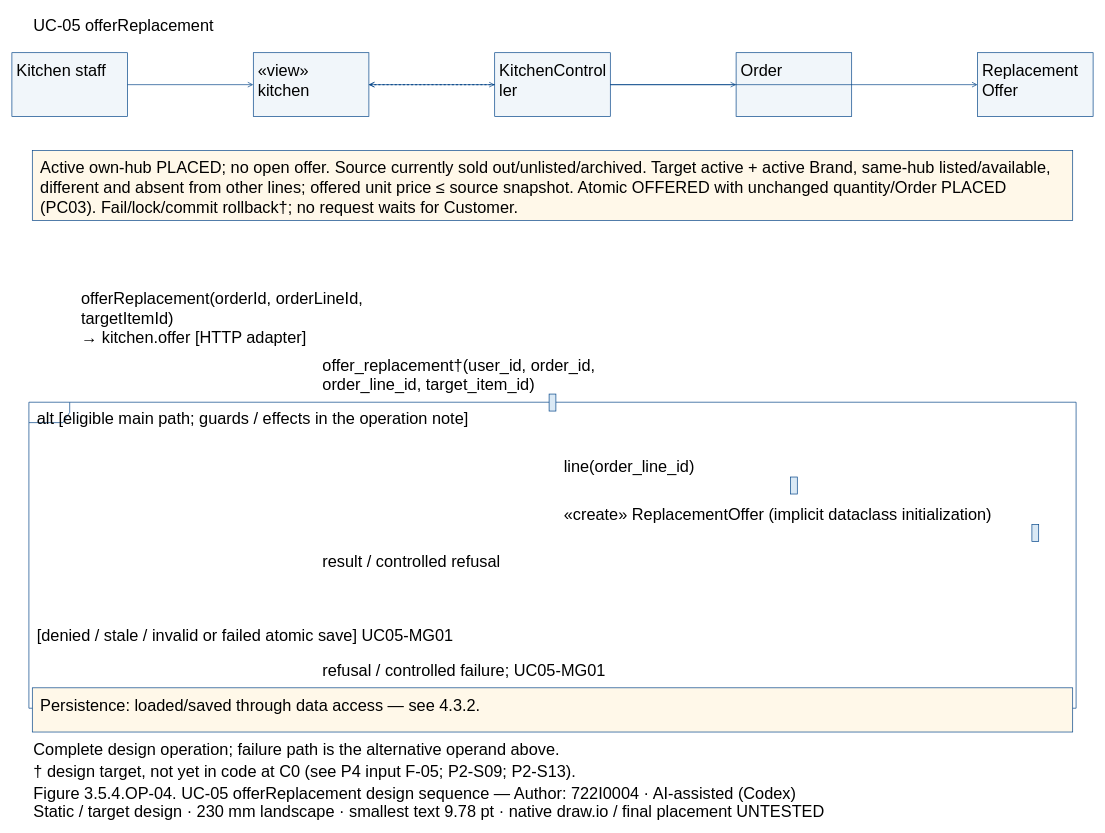
Above: models/UC-05/seq_uc05_offerReplacement.drawio in Dat071104/SaigonBite (draw.io), before the change. Source tidied: cells renumbered, new cells numbered last; positions are measured from the earlier drawing's top-left corner, leaving out a move shared by most shapes. Both pictures are drawn from the tidied source at 68%, with x=0, y=0 at pixel (12, 12).
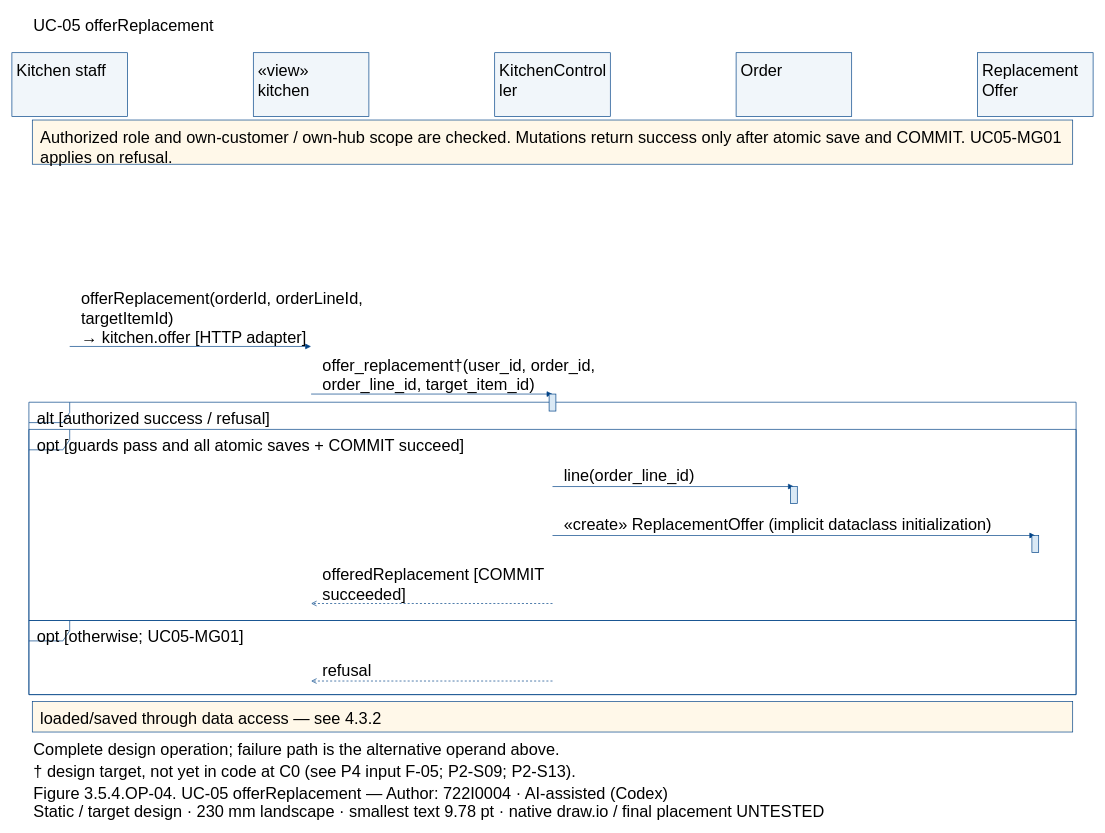
The same page after the edit.

Unchanged cells that the change refers to:
```xml
<mxCell id="3" style="fillColor=#F1F6FA;strokeColor=#004387;fontFamily=Arial;fontSize=24;whiteSpace=wrap;html=0;" parent="1" vertex="1">
  <mxGeometry y="60" width="170" height="94" as="geometry" />
</mxCell>
<mxCell id="5" style="fillColor=#F1F6FA;strokeColor=#004387;fontFamily=Arial;fontSize=24;whiteSpace=wrap;html=0;" parent="1" vertex="1">
  <mxGeometry x="355" y="60" width="170" height="94" as="geometry" />
</mxCell>
<mxCell id="7" style="fillColor=#F1F6FA;strokeColor=#004387;fontFamily=Arial;fontSize=24;whiteSpace=wrap;html=0;" parent="1" vertex="1">
  <mxGeometry x="710" y="60" width="170" height="94" as="geometry" />
</mxCell>
<mxCell id="9" style="fillColor=#F1F6FA;strokeColor=#004387;fontFamily=Arial;fontSize=24;whiteSpace=wrap;html=0;" parent="1" vertex="1">
  <mxGeometry x="1065" y="60" width="170" height="94" as="geometry" />
</mxCell>
<mxCell id="11" style="fillColor=#F1F6FA;strokeColor=#004387;fontFamily=Arial;fontSize=24;whiteSpace=wrap;html=0;" parent="1" vertex="1">
  <mxGeometry x="1420" y="60" width="170" height="94" as="geometry" />
</mxCell>
```

What changed in the source:
```diff
@@
-    <mxCell id="13" style="fillColor=white;strokeColor=#004387;shape=umlFrame;fillColor=none;fontFamily=Arial;fontSize=24;whiteSpace=wrap;html=0;" parent="1" vertex="1">
-      <mxGeometry x="25" y="574" width="1540" height="450" as="geometry" />
-    </mxCell>
-    <mxCell id="14" value="alt [eligible main path; guards / effects in the operation note]" style="text;align=left;verticalAlign=top;strokeColor=none;fillColor=none;fontFamily=Arial;fontSize=24;whiteSpace=wrap;html=0;" parent="1" vertex="1">
-      <mxGeometry x="35" y="577" width="1520" height="27.6" as="geometry" />
-    </mxCell>
-    <mxCell id="15" value="[denied / stale / invalid or failed atomic save] UC05-MG01" style="text;align=left;verticalAlign=top;strokeColor=none;fillColor=none;fontFamily=Arial;fontSize=24;whiteSpace=wrap;html=0;" parent="1" vertex="1">
-      <mxGeometry x="35" y="897" width="1520" height="27.6" as="geometry" />
-    </mxCell>
-    <mxCell id="16" style="fillColor=#FFF8E9;strokeColor=#004387;fontFamily=Arial;fontSize=24;whiteSpace=wrap;html=0;" parent="1" vertex="1">
-      <mxGeometry x="30" y="204" width="1530" height="102.8" as="geometry" />
-    </mxCell>
-    <mxCell id="17" value="Active own-hub PLACED; no open offer. Source currently sold out/unlisted/archived. Target active + active Brand, same-hub listed/available,&#10;different and absent from other lines; offered unit price ≤ source snapshot. Atomic OFFERED with unchanged quantity/Order PLACED&#10;(PC03). Fail/lock/commit rollback†; no request waits for Customer." style="text;align=left;verticalAlign=top;strokeColor=none;fillColor=none;fontFamily=Arial;fontSize=24;whiteSpace=wrap;html=0;" parent="1" vertex="1">
-      <mxGeometry x="40" y="209" width="1510" height="82.8" as="geometry" />
-    </mxCell>
-    <mxCell id="18" style="fillColor=#FFF8E9;strokeColor=#004387;fontFamily=Arial;fontSize=24;whiteSpace=wrap;html=0;" parent="1" vertex="1">
-      <mxGeometry x="30" y="994" width="1530" height="65" as="geometry" />
-    </mxCell>
-    <mxCell id="19" value="Persistence: loaded/saved through data access — see 4.3.2." style="text;align=left;verticalAlign=top;strokeColor=none;fillColor=none;fontFamily=Arial;fontSize=24;whiteSpace=wrap;html=0;" parent="1" vertex="1">
-      <mxGeometry x="40" y="999" width="1510" height="27.6" as="geometry" />
-    </mxCell>
-    <mxCell id="20" style="edgeStyle=none;endArrow=open;strokeColor=#004387;" parent="1" edge="1" source="3" target="5">
-      <mxGeometry relative="1" as="geometry" />
-    </mxCell>
+    <mxCell id="39" style="fillColor=white;strokeColor=#004387;shape=umlFrame;fillColor=none;fontFamily=Arial;fontSize=24;whiteSpace=wrap;html=0;" parent="1" vertex="1">
+      <mxGeometry x="25" y="574" width="1540" height="430" as="geometry" />
+    </mxCell>
+    <mxCell id="40" value="alt [authorized success / refusal]" style="text;align=left;verticalAlign=top;strokeColor=none;fillColor=none;fontFamily=Arial;fontSize=24;whiteSpace=wrap;html=0;" parent="1" vertex="1">
+      <mxGeometry x="35" y="577" width="1520" height="27.6" as="geometry" />
+    </mxCell>
+    <mxCell id="41" style="fillColor=white;strokeColor=#004387;shape=umlFrame;fillColor=none;fontFamily=Arial;fontSize=24;whiteSpace=wrap;html=0;" parent="1" vertex="1">
+      <mxGeometry x="25" y="614" width="1540" height="281" as="geometry" />
+    </mxCell>
+    <mxCell id="42" value="opt [guards pass and all atomic saves + COMMIT succeed]" style="text;align=left;verticalAlign=top;strokeColor=none;fillColor=none;fontFamily=Arial;fontSize=24;whiteSpace=wrap;html=0;" parent="1" vertex="1">
+      <mxGeometry x="35" y="617" width="1520" height="27.6" as="geometry" />
+    </mxCell>
+    <mxCell id="43" style="fillColor=white;strokeColor=#004387;shape=umlFrame;fillColor=none;fontFamily=Arial;fontSize=24;whiteSpace=wrap;html=0;" parent="1" vertex="1">
+      <mxGeometry x="25" y="895" width="1540" height="109" as="geometry" />
+    </mxCell>
+    <mxCell id="44" value="opt [otherwise; UC05-MG01]" style="text;align=left;verticalAlign=top;strokeColor=none;fillColor=none;fontFamily=Arial;fontSize=24;whiteSpace=wrap;html=0;" parent="1" vertex="1">
+      <mxGeometry x="35" y="898" width="1520" height="27.6" as="geometry" />
+    </mxCell>
+    <mxCell id="45" style="fillColor=#FFF8E9;strokeColor=#004387;fontFamily=Arial;fontSize=24;whiteSpace=wrap;html=0;" parent="1" vertex="1">
+      <mxGeometry x="30" y="159" width="1530" height="65" as="geometry" />
+    </mxCell>
+    <mxCell id="46" value="Authorized role and own-customer / own-hub scope are checked. Mutations return success only after atomic save and COMMIT. UC05-MG01&#10;applies on refusal." style="text;align=left;verticalAlign=top;strokeColor=none;fillColor=none;fontFamily=Arial;fontSize=24;whiteSpace=wrap;html=0;" parent="1" vertex="1">
+      <mxGeometry x="40" y="164" width="1510" height="55.2" as="geometry" />
+    </mxCell>
+    <mxCell id="47" style="fillColor=#FFF8E9;strokeColor=#004387;fontFamily=Arial;fontSize=24;whiteSpace=wrap;html=0;" parent="1" vertex="1">
+      <mxGeometry x="30" y="1014" width="1530" height="45" as="geometry" />
+    </mxCell>
+    <mxCell id="48" value="loaded/saved through data access — see 4.3.2" style="text;align=left;verticalAlign=top;strokeColor=none;fillColor=none;fontFamily=Arial;fontSize=24;whiteSpace=wrap;html=0;" parent="1" vertex="1">
+      <mxGeometry x="40" y="1019" width="1510" height="27.6" as="geometry" />
+    </mxCell>
+    <mxCell id="49" style="opacity=0;strokeColor=none;fillColor=none;fontFamily=Arial;fontSize=24;whiteSpace=wrap;html=0;" parent="1" vertex="1">
+      <mxGeometry x="84.5" y="491.5" width="1" height="1" as="geometry" />
+    </mxCell>
+    <mxCell id="50" style="opacity=0;strokeColor=none;fillColor=none;fontFamily=Arial;fontSize=24;whiteSpace=wrap;html=0;" parent="1" vertex="1">
+      <mxGeometry x="439.5" y="491.5" width="1" height="1" as="geometry" />
+    </mxCell>
+    <mxCell id="51" style="edgeStyle=none;endArrow=block;endFill=1;strokeColor=#004387;exitX=0.5;exitY=0.5;exitPerimeter=0;entryX=0.5;entryY=0.5;entryPerimeter=0;" parent="1" edge="1" source="49" target="50">
+      <mxGeometry relative="1" as="geometry" />
+    </mxCell>
@@
-    <mxCell id="22" style="edgeStyle=none;endArrow=open;strokeColor=#004387;" parent="1" edge="1" source="5" target="7">
-      <mxGeometry relative="1" as="geometry" />
-    </mxCell>
+    <mxCell id="52" style="opacity=0;strokeColor=none;fillColor=none;fontFamily=Arial;fontSize=24;whiteSpace=wrap;html=0;" parent="1" vertex="1">
+      <mxGeometry x="439.5" y="561.5" width="1" height="1" as="geometry" />
+    </mxCell>
+    <mxCell id="53" style="opacity=0;strokeColor=none;fillColor=none;fontFamily=Arial;fontSize=24;whiteSpace=wrap;html=0;" parent="1" vertex="1">
+      <mxGeometry x="794.5" y="561.5" width="1" height="1" as="geometry" />
+    </mxCell>
+    <mxCell id="54" style="edgeStyle=none;endArrow=block;endFill=1;strokeColor=#004387;exitX=0.5;exitY=0.5;exitPerimeter=0;entryX=0.5;entryY=0.5;entryPerimeter=0;" parent="1" edge="1" source="52" target="53">
+      <mxGeometry relative="1" as="geometry" />
+    </mxCell>
@@
-    <mxCell id="24" style="fillColor=#DAE9F5;strokeColor=#004387;fontFamily=Arial;fontSize=24;whiteSpace=wrap;html=0;" parent="1" vertex="1">
-      <mxGeometry x="790" y="562" width="10" height="25" as="geometry" />
-    </mxCell>
-    <mxCell id="25" style="edgeStyle=none;endArrow=open;strokeColor=#004387;" parent="1" edge="1" source="7" target="9">
-      <mxGeometry relative="1" as="geometry" />
-    </mxCell>
+    <mxCell id="27" style="fillColor=#DAE9F5;strokeColor=#004387;fontFamily=Arial;fontSize=24;whiteSpace=wrap;html=0;" parent="1" vertex="1">
+      <mxGeometry x="790" y="562" width="10" height="25" as="geometry" />
+    </mxCell>
+    <mxCell id="55" style="opacity=0;strokeColor=none;fillColor=none;fontFamily=Arial;fontSize=24;whiteSpace=wrap;html=0;" parent="1" vertex="1">
+      <mxGeometry x="794.5" y="697.5" width="1" height="1" as="geometry" />
+    </mxCell>
+    <mxCell id="56" style="opacity=0;strokeColor=none;fillColor=none;fontFamily=Arial;fontSize=24;whiteSpace=wrap;html=0;" parent="1" vertex="1">
+      <mxGeometry x="1149.5" y="697.5" width="1" height="1" as="geometry" />
+    </mxCell>
+    <mxCell id="57" style="edgeStyle=none;endArrow=block;endFill=1;strokeColor=#004387;exitX=0.5;exitY=0.5;exitPerimeter=0;entryX=0.5;entryY=0.5;entryPerimeter=0;" parent="1" edge="1" source="55" target="56">
+      <mxGeometry relative="1" as="geometry" />
+    </mxCell>
     <mxCell id="26" value="line(order_line_id)" style="text;align=left;verticalAlign=top;strokeColor=none;fillColor=none;fontFamily=Arial;fontSize=24;whiteSpace=wrap;html=0;" parent="1" vertex="1">
-      <mxGeometry x="810" y="648.4" width="420" height="27.6" as="geometry" />
+      <mxGeometry x="810" y="662.4" width="420" height="27.6" as="geometry" />
     </mxCell>
-    <mxCell id="27" style="fillColor=#DAE9F5;strokeColor=#004387;fontFamily=Arial;fontSize=24;whiteSpace=wrap;html=0;" parent="1" vertex="1">
-      <mxGeometry x="1145" y="684" width="10" height="25" as="geometry" />
-    </mxCell>
-    <mxCell id="28" style="edgeStyle=none;endArrow=open;strokeColor=#004387;" parent="1" edge="1" source="7" target="11">
-      <mxGeometry relative="1" as="geometry" />
-    </mxCell>
+    <mxCell id="30" style="fillColor=#DAE9F5;strokeColor=#004387;fontFamily=Arial;fontSize=24;whiteSpace=wrap;html=0;" parent="1" vertex="1">
+      <mxGeometry x="1145" y="698" width="10" height="25" as="geometry" />
+    </mxCell>
+    <mxCell id="58" style="opacity=0;strokeColor=none;fillColor=none;fontFamily=Arial;fontSize=24;whiteSpace=wrap;html=0;" parent="1" vertex="1">
+      <mxGeometry x="794.5" y="769.5" width="1" height="1" as="geometry" />
+    </mxCell>
+    <mxCell id="59" style="opacity=0;strokeColor=none;fillColor=none;fontFamily=Arial;fontSize=24;whiteSpace=wrap;html=0;" parent="1" vertex="1">
+      <mxGeometry x="1504.5" y="769.5" width="1" height="1" as="geometry" />
+    </mxCell>
+    <mxCell id="60" style="edgeStyle=none;endArrow=block;endFill=1;strokeColor=#004387;exitX=0.5;exitY=0.5;exitPerimeter=0;entryX=0.5;entryY=0.5;entryPerimeter=0;" parent="1" edge="1" source="58" target="59">
+      <mxGeometry relative="1" as="geometry" />
+    </mxCell>
     <mxCell id="29" value="«create» ReplacementOffer (implicit dataclass initialization)" style="text;align=left;verticalAlign=top;strokeColor=none;fillColor=none;fontFamily=Arial;fontSize=24;whiteSpace=wrap;html=0;" parent="1" vertex="1">
-      <mxGeometry x="810" y="718.4" width="680" height="27.6" as="geometry" />
+      <mxGeometry x="810" y="734.4" width="680" height="27.6" as="geometry" />
     </mxCell>
-    <mxCell id="30" style="fillColor=#DAE9F5;strokeColor=#004387;fontFamily=Arial;fontSize=24;whiteSpace=wrap;html=0;" parent="1" vertex="1">
-      <mxGeometry x="1500" y="754" width="10" height="25" as="geometry" />
-    </mxCell>
-    <mxCell id="31" style="edgeStyle=none;endArrow=open;dashed=1;strokeColor=#004387;" parent="1" edge="1" source="7" target="5">
-      <mxGeometry relative="1" as="geometry" />
-    </mxCell>
-    <mxCell id="32" value="result / controlled refusal" style="text;align=left;verticalAlign=top;strokeColor=none;fillColor=none;fontFamily=Arial;fontSize=24;whiteSpace=wrap;html=0;" parent="1" vertex="1">
-      <mxGeometry x="455" y="788.4" width="420" height="27.6" as="geometry" />
-    </mxCell>
-    <mxCell id="33" style="edgeStyle=none;endArrow=open;dashed=1;strokeColor=#004387;" parent="1" edge="1" source="7" target="5">
-      <mxGeometry relative="1" as="geometry" />
-    </mxCell>
-    <mxCell id="34" value="refusal / controlled failure; UC05-MG01" style="text;align=left;verticalAlign=top;strokeColor=none;fillColor=none;fontFamily=Arial;fontSize=24;whiteSpace=wrap;html=0;" parent="1" vertex="1">
-      <mxGeometry x="455" y="948.4" width="420" height="27.6" as="geometry" />
-    </mxCell>
-    <mxCell id="35" value="Complete design operation; failure path is the alternative operand above." style="text;align=left;verticalAlign=top;strokeColor=none;fillColor=none;fontFamily=Arial;fontSize=24;whiteSpace=wrap;html=0;" parent="1" vertex="1">
-      <mxGeometry x="30" y="1064" width="1530" height="27.6" as="geometry" />
-    </mxCell>
+    <mxCell id="61" style="fillColor=#DAE9F5;strokeColor=#004387;fontFamily=Arial;fontSize=24;whiteSpace=wrap;html=0;" parent="1" vertex="1">
+      <mxGeometry x="1500" y="770" width="10" height="25" as="geometry" />
+    </mxCell>
+    <mxCell id="62" style="opacity=0;strokeColor=none;fillColor=none;fontFamily=Arial;fontSize=24;whiteSpace=wrap;html=0;" parent="1" vertex="1">
+      <mxGeometry x="794.5" y="869.5" width="1" height="1" as="geometry" />
+    </mxCell>
+    <mxCell id="63" style="opacity=0;strokeColor=none;fillColor=none;fontFamily=Arial;fontSize=24;whiteSpace=wrap;html=0;" parent="1" vertex="1">
+      <mxGeometry x="439.5" y="869.5" width="1" height="1" as="geometry" />
+    </mxCell>
+    <mxCell id="64" style="edgeStyle=none;endArrow=open;endFill=0;dashed=1;strokeColor=#004387;exitX=0.5;exitY=0.5;exitPerimeter=0;entryX=0.5;entryY=0.5;entryPerimeter=0;" parent="1" edge="1" source="62" target="63">
+      <mxGeometry relative="1" as="geometry" />
+    </mxCell>
+    <mxCell id="65" value="offeredReplacement [COMMIT&#10;succeeded]" style="text;align=left;verticalAlign=top;strokeColor=none;fillColor=none;fontFamily=Arial;fontSize=24;whiteSpace=wrap;html=0;" parent="1" vertex="1">
+      <mxGeometry x="455" y="806.8" width="420" height="55.2" as="geometry" />
+    </mxCell>
+    <mxCell id="66" style="opacity=0;strokeColor=none;fillColor=none;fontFamily=Arial;fontSize=24;whiteSpace=wrap;html=0;" parent="1" vertex="1">
+      <mxGeometry x="794.5" y="983.5" width="1" height="1" as="geometry" />
+    </mxCell>
+    <mxCell id="67" style="opacity=0;strokeColor=none;fillColor=none;fontFamily=Arial;fontSize=24;whiteSpace=wrap;html=0;" parent="1" vertex="1">
+      <mxGeometry x="439.5" y="983.5" width="1" height="1" as="geometry" />
+    </mxCell>
+    <mxCell id="68" style="edgeStyle=none;endArrow=open;endFill=0;dashed=1;strokeColor=#004387;exitX=0.5;exitY=0.5;exitPerimeter=0;entryX=0.5;entryY=0.5;entryPerimeter=0;" parent="1" edge="1" source="66" target="67">
+      <mxGeometry relative="1" as="geometry" />
+    </mxCell>
+    <mxCell id="69" value="refusal" style="text;align=left;verticalAlign=top;strokeColor=none;fillColor=none;fontFamily=Arial;fontSize=24;whiteSpace=wrap;html=0;" parent="1" vertex="1">
+      <mxGeometry x="455" y="948.4" width="420" height="27.6" as="geometry" />
+    </mxCell>
+    <mxCell id="38" value="Complete design operation; failure path is the alternative operand above." style="text;align=left;verticalAlign=top;strokeColor=none;fillColor=none;fontFamily=Arial;fontSize=24;whiteSpace=wrap;html=0;" parent="1" vertex="1">
+      <mxGeometry x="30" y="1064" width="1530" height="27.6" as="geometry" />
+    </mxCell>
@@
-    <mxCell id="37" value="Figure 3.5.4.OP-04. UC-05 offerReplacement design sequence — Author: 722I0004 · AI-assisted (Codex)" style="text;align=left;verticalAlign=top;strokeColor=none;fillColor=none;fontFamily=Arial;fontSize=24;whiteSpace=wrap;html=0;" parent="1" vertex="1">
-      <mxGeometry x="30" y="1129" width="1530" height="27.6" as="geometry" />
-    </mxCell>
-    <mxCell id="38" value="Static / target design · 230 mm landscape · smallest text 9.78 pt · native draw.io / final placement UNTESTED" style="text;align=left;verticalAlign=top;strokeColor=none;fillColor=none;fontFamily=Arial;fontSize=24;whiteSpace=wrap;html=0;" parent="1" vertex="1">
-      <mxGeometry x="30" y="1155" width="1530" height="27.6" as="geometry" />
-    </mxCell>
+    <mxCell id="70" value="Figure 3.5.4.OP-04. UC-05 offerReplacement — Author: 722I0004 · AI-assisted (Codex)" style="text;align=left;verticalAlign=top;strokeColor=none;fillColor=none;fontFamily=Arial;fontSize=24;whiteSpace=wrap;html=0;" parent="1" vertex="1">
+      <mxGeometry x="30" y="1129" width="1530" height="27.6" as="geometry" />
+    </mxCell>
+    <mxCell id="71" value="Static / target design · 230 mm landscape · smallest text 9.78 pt · native draw.io / final placement UNTESTED" style="text;align=left;verticalAlign=top;strokeColor=none;fillColor=none;fontFamily=Arial;fontSize=24;whiteSpace=wrap;html=0;" parent="1" vertex="1">
+      <mxGeometry x="30" y="1155" width="1530" height="27.6" as="geometry" />
+    </mxCell>
```
